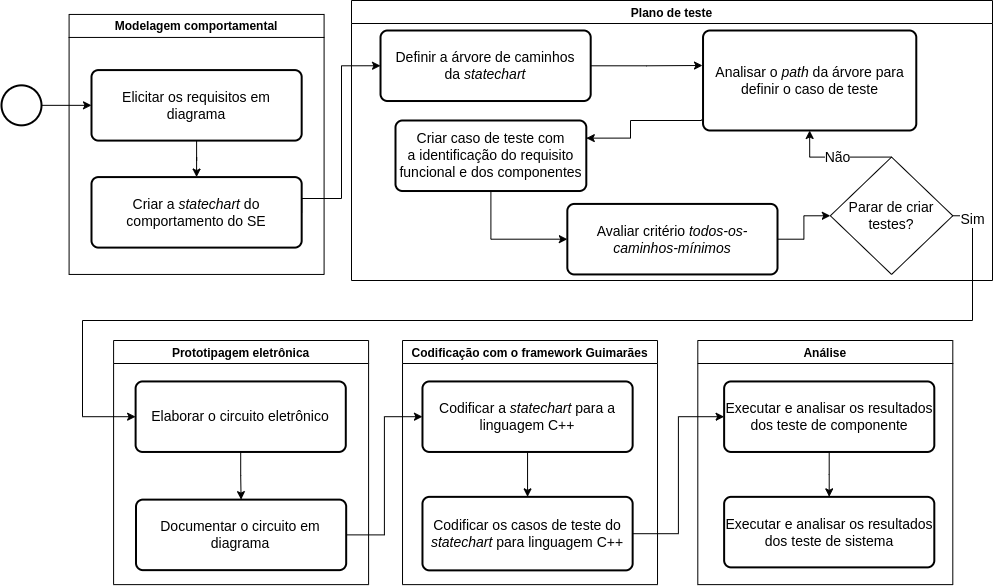
guimaraaes/cutes keeps this draw.io diagram as assets/metodologia-guimaraes.png. Above is the earlier version. Source tidied: cells renumbered, new cells last; positions are measured from the earlier drawing's top-left corner, leaving out a move shared by most shapes.
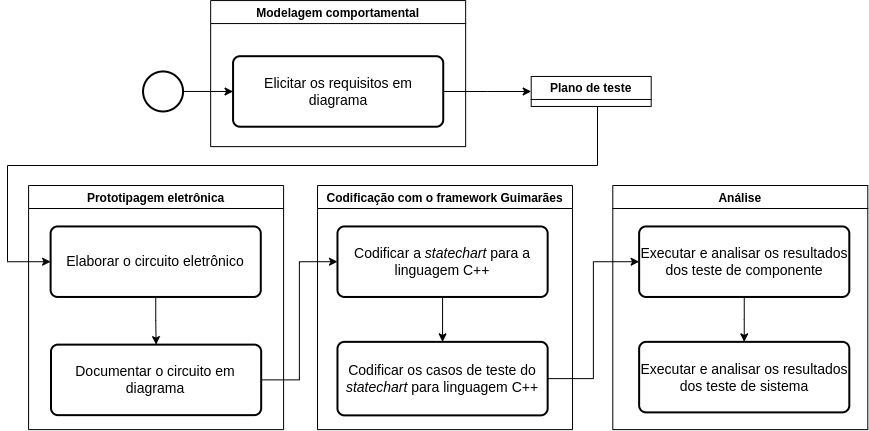
The same file after the commit.

Change to the diagram source:
```diff
@@ -2,133 +2,74 @@
   <root>
     <mxCell id="0" />
     <mxCell id="1" parent="0" />
-    <mxCell id="2" style="edgeStyle=orthogonalEdgeStyle;rounded=0;jettySize=auto;html=1;entryX=0;entryY=0.5;entryDx=0;entryDy=0;" parent="1" edge="1" source="3" target="9">
+    <mxCell id="2" style="edgeStyle=orthogonalEdgeStyle;rounded=0;jettySize=auto;html=1;entryX=0;entryY=0.5;entryDx=0;entryDy=0;" parent="1" edge="1" source="3" target="8">
       <mxGeometry relative="1" as="geometry" />
     </mxCell>
     <mxCell id="3" style="strokeWidth=2;html=1;shape=mxgraph.flowchart.start_2;whiteSpace=wrap;fontSize=14;" parent="1" vertex="1">
-      <mxGeometry y="84.8" width="40" height="40" as="geometry" />
+      <mxGeometry x="226.6" y="226" width="40" height="40" as="geometry" />
     </mxCell>
-    <mxCell id="4" style="edgeStyle=orthogonalEdgeStyle;rounded=0;jettySize=auto;html=1;entryX=0;entryY=0.5;entryDx=0;entryDy=0;" parent="1" edge="1" source="5" target="14">
+    <mxCell id="4" style="edgeStyle=orthogonalEdgeStyle;rounded=0;jettySize=auto;html=1;entryX=0;entryY=0.5;entryDx=0;entryDy=0;" parent="1" edge="1" source="5" target="12">
       <mxGeometry relative="1" as="geometry" />
     </mxCell>
     <mxCell id="5" value="Codificar&amp;nbsp;os casos de teste do &lt;i&gt;statechart&lt;/i&gt; para linguagem C++" style="rounded=1;whiteSpace=wrap;html=1;absoluteArcSize=1;arcSize=14;strokeWidth=2;fontSize=14;" parent="1" vertex="1">
       <mxGeometry x="421" y="496.4" width="210.2" height="73.5" as="geometry" />
     </mxCell>
-    <mxCell id="6" style="edgeStyle=orthogonalEdgeStyle;rounded=0;jettySize=auto;html=1;" parent="1" edge="1" source="12" target="5">
+    <mxCell id="6" style="edgeStyle=orthogonalEdgeStyle;rounded=0;jettySize=auto;html=1;" parent="1" edge="1" source="10" target="5">
       <mxGeometry relative="1" as="geometry" />
     </mxCell>
     <mxCell id="7" value="Modelagem comportamental" style="swimlane;fontColor=none;" parent="1" vertex="1">
-      <mxGeometry x="67.6" y="13.9" width="255" height="260" as="geometry" />
+      <mxGeometry x="294.2" y="155.1" width="255" height="146.1" as="geometry" />
     </mxCell>
-    <mxCell id="8" style="edgeStyle=orthogonalEdgeStyle;rounded=0;jettySize=auto;html=1;entryX=0.5;entryY=0;entryDx=0;entryDy=0;" parent="7" edge="1" source="9" target="10">
-      <mxGeometry relative="1" as="geometry" />
+    <mxCell id="8" value="&lt;font style=&quot;font-size: 14px;&quot;&gt;Elicitar os requisitos em diagrama&lt;/font&gt;" style="rounded=1;whiteSpace=wrap;html=1;absoluteArcSize=1;arcSize=14;strokeWidth=2;fontSize=14;" parent="7" vertex="1">
+      <mxGeometry x="22.4" y="55.6" width="210.2" height="70.5" as="geometry" />
     </mxCell>
-    <mxCell id="9" value="&lt;font style=&quot;font-size: 14px;&quot;&gt;Elicitar os requisitos em diagrama&lt;/font&gt;" style="rounded=1;whiteSpace=wrap;html=1;absoluteArcSize=1;arcSize=14;strokeWidth=2;fontSize=14;" parent="7" vertex="1">
-      <mxGeometry x="22.4" y="55.6" width="210.2" height="70.5" as="geometry" />
+    <mxCell id="9" value="Codificação com o framework Guimarães" style="swimlane;fontColor=none;startSize=23;" parent="1" vertex="1">
+      <mxGeometry x="401" y="340" width="255" height="244.1" as="geometry" />
     </mxCell>
-    <mxCell id="10" value="Criar a&amp;nbsp;&lt;i&gt;statechart&lt;/i&gt; do comportamento do SE" style="rounded=1;whiteSpace=wrap;html=1;absoluteArcSize=1;arcSize=14;strokeWidth=2;fontSize=14;" parent="7" vertex="1">
-      <mxGeometry x="22.4" y="162.6" width="210.2" height="70.5" as="geometry" />
+    <mxCell id="10" value="Codificar a&amp;nbsp;&lt;i&gt;statechart&lt;/i&gt; para a linguagem C++" style="rounded=1;whiteSpace=wrap;html=1;absoluteArcSize=1;arcSize=14;strokeWidth=2;fontSize=14;" parent="9" vertex="1">
+      <mxGeometry x="19.9" y="40.9" width="210.2" height="70.5" as="geometry" />
     </mxCell>
-    <mxCell id="11" value="Codificação com o framework Guimarães" style="swimlane;fontColor=none;startSize=23;" parent="1" vertex="1">
-      <mxGeometry x="401" y="340" width="255" height="244.1" as="geometry" />
+    <mxCell id="11" value="Análise" style="swimlane;fontColor=none;startSize=23;" parent="1" vertex="1">
+      <mxGeometry x="696.3" y="340" width="255" height="244.1" as="geometry" />
     </mxCell>
-    <mxCell id="12" value="Codificar a&amp;nbsp;&lt;i&gt;statechart&lt;/i&gt; para a linguagem C++" style="rounded=1;whiteSpace=wrap;html=1;absoluteArcSize=1;arcSize=14;strokeWidth=2;fontSize=14;" parent="11" vertex="1">
-      <mxGeometry x="19.9" y="40.9" width="210.2" height="70.5" as="geometry" />
+    <mxCell id="12" value="Executar e analisar os resultados dos teste de componente" style="rounded=1;whiteSpace=wrap;html=1;absoluteArcSize=1;arcSize=14;strokeWidth=2;fontSize=14;" parent="11" vertex="1">
+      <mxGeometry x="26.3" y="40.9" width="210.2" height="70.5" as="geometry" />
     </mxCell>
-    <mxCell id="13" value="Análise" style="swimlane;fontColor=none;startSize=23;" parent="1" vertex="1">
-      <mxGeometry x="696.3" y="340" width="255" height="244.1" as="geometry" />
+    <mxCell id="13" value="Executar e analisar os resultados dos teste de sistema" style="rounded=1;whiteSpace=wrap;html=1;absoluteArcSize=1;arcSize=14;strokeWidth=2;fontSize=14;" parent="11" vertex="1">
+      <mxGeometry x="26.3" y="156.4" width="210.2" height="70.5" as="geometry" />
     </mxCell>
-    <mxCell id="14" value="Executar e analisar os resultados dos teste de componente" style="rounded=1;whiteSpace=wrap;html=1;absoluteArcSize=1;arcSize=14;strokeWidth=2;fontSize=14;" parent="13" vertex="1">
-      <mxGeometry x="26.3" y="40.9" width="210.2" height="70.5" as="geometry" />
+    <mxCell id="14" style="edgeStyle=orthogonalEdgeStyle;rounded=0;jettySize=auto;html=1;entryX=0.5;entryY=0;entryDx=0;entryDy=0;" parent="11" edge="1" source="12" target="13">
+      <mxGeometry relative="1" as="geometry" />
     </mxCell>
-    <mxCell id="15" value="Executar e analisar os resultados dos teste de sistema" style="rounded=1;whiteSpace=wrap;html=1;absoluteArcSize=1;arcSize=14;strokeWidth=2;fontSize=14;" parent="13" vertex="1">
-      <mxGeometry x="26.3" y="156.4" width="210.2" height="70.5" as="geometry" />
+    <mxCell id="15" value="Prototipagem eletrônica" style="swimlane;fontColor=none;startSize=23;" parent="1" vertex="1">
+      <mxGeometry x="112.1" y="340" width="255" height="244.1" as="geometry" />
     </mxCell>
-    <mxCell id="16" style="edgeStyle=orthogonalEdgeStyle;rounded=0;jettySize=auto;html=1;entryX=0.5;entryY=0;entryDx=0;entryDy=0;" parent="13" edge="1" source="14" target="15">
+    <mxCell id="16" style="edgeStyle=orthogonalEdgeStyle;rounded=0;jettySize=auto;html=1;" parent="15" edge="1" source="17" target="18">
       <mxGeometry relative="1" as="geometry" />
     </mxCell>
-    <mxCell id="17" value="Prototipagem eletrônica" style="swimlane;fontColor=none;startSize=23;" parent="1" vertex="1">
-      <mxGeometry x="112.1" y="340" width="255" height="244.1" as="geometry" />
+    <mxCell id="17" value="Elaborar o circuito eletrônico" style="rounded=1;whiteSpace=wrap;html=1;absoluteArcSize=1;arcSize=14;strokeWidth=2;fontSize=14;" parent="15" vertex="1">
+      <mxGeometry x="22" y="40.9" width="210.2" height="70.5" as="geometry" />
     </mxCell>
-    <mxCell id="18" style="edgeStyle=orthogonalEdgeStyle;rounded=0;jettySize=auto;html=1;" parent="17" edge="1" source="19" target="20">
-      <mxGeometry relative="1" as="geometry" />
+    <mxCell id="18" value="Documentar o circuito em diagrama" style="rounded=1;whiteSpace=wrap;html=1;absoluteArcSize=1;arcSize=14;strokeWidth=2;fontSize=14;" parent="15" vertex="1">
+      <mxGeometry x="22.4" y="159.1" width="210.2" height="70.5" as="geometry" />
     </mxCell>
-    <mxCell id="19" value="Elaborar o circuito eletrônico" style="rounded=1;whiteSpace=wrap;html=1;absoluteArcSize=1;arcSize=14;strokeWidth=2;fontSize=14;" parent="17" vertex="1">
-      <mxGeometry x="22" y="40.9" width="210.2" height="70.5" as="geometry" />
+    <mxCell id="19" style="edgeStyle=orthogonalEdgeStyle;rounded=0;jettySize=auto;html=1;entryX=0;entryY=0.5;entryDx=0;entryDy=0;exitX=1;exitY=0.5;exitDx=0;exitDy=0;" parent="1" edge="1" source="18" target="10">
+      <mxGeometry relative="1" as="geometry" />
     </mxCell>
-    <mxCell id="20" value="Documentar o circuito em diagrama" style="rounded=1;whiteSpace=wrap;html=1;absoluteArcSize=1;arcSize=14;strokeWidth=2;fontSize=14;" parent="17" vertex="1">
-      <mxGeometry x="22.4" y="159.1" width="210.2" height="70.5" as="geometry" />
+    <mxCell id="20" style="edgeStyle=orthogonalEdgeStyle;rounded=0;jettySize=auto;html=1;entryX=0;entryY=0.5;entryDx=0;entryDy=0;" parent="1" edge="1" source="21" target="17">
+      <mxGeometry relative="1" as="geometry">
+        <Array as="points">
+          <mxPoint x="681" y="320" />
+          <mxPoint x="91" y="320" />
+          <mxPoint x="91" y="416" />
+        </Array>
+      </mxGeometry>
     </mxCell>
-    <mxCell id="21" style="edgeStyle=orthogonalEdgeStyle;rounded=0;jettySize=auto;html=1;entryX=0;entryY=0.5;entryDx=0;entryDy=0;exitX=1;exitY=0.5;exitDx=0;exitDy=0;" parent="1" edge="1" source="20" target="12">
-      <mxGeometry relative="1" as="geometry" />
+    <mxCell id="21" value="Plano de teste" style="swimlane;fontColor=none;" parent="1" vertex="1" collapsed="1">
+      <mxGeometry x="614.7" y="231" width="120" height="30" as="geometry" />
     </mxCell>
-    <mxCell id="22" value="Plano de teste" style="swimlane;fontColor=none;" parent="1" vertex="1">
-      <mxGeometry x="350" width="641" height="280" as="geometry" />
-    </mxCell>
-    <mxCell id="23" style="edgeStyle=orthogonalEdgeStyle;rounded=0;orthogonalLoop=1;jettySize=auto;html=1;entryX=0.5;entryY=0;entryDx=0;entryDy=0;" parent="22" edge="1">
-      <mxGeometry relative="1" as="geometry">
-        <mxPoint x="127.5" y="140" as="targetPoint" />
-      </mxGeometry>
-    </mxCell>
-    <mxCell id="24" value="Avaliar critério &lt;i&gt;todos-os-caminhos-mínimos&lt;/i&gt;" style="rounded=1;whiteSpace=wrap;html=1;absoluteArcSize=1;arcSize=14;strokeWidth=2;fontSize=14;" parent="22" vertex="1">
-      <mxGeometry x="215.8" y="203.4" width="210.2" height="70.5" as="geometry" />
-    </mxCell>
-    <mxCell id="25" value="Definir a árvore de caminhos da&amp;nbsp;&lt;i&gt;statechart&lt;/i&gt;" style="rounded=1;whiteSpace=wrap;html=1;absoluteArcSize=1;arcSize=14;strokeWidth=2;fontSize=14;" parent="22" vertex="1">
-      <mxGeometry x="29" y="30" width="210.2" height="70.5" as="geometry" />
-    </mxCell>
-    <mxCell id="26" value="&lt;font style=&quot;font-size: 14px;&quot;&gt;Parar de criar testes?&lt;/font&gt;" style="rhombus;whiteSpace=wrap;html=1;" parent="22" vertex="1">
-      <mxGeometry x="478.8" y="156.6" width="122.5" height="117.4" as="geometry" />
-    </mxCell>
-    <mxCell id="27" style="edgeStyle=orthogonalEdgeStyle;rounded=0;jettySize=auto;html=1;entryX=0;entryY=0.5;entryDx=0;entryDy=0;" parent="22" edge="1" source="24" target="26">
-      <mxGeometry relative="1" as="geometry" />
-    </mxCell>
-    <mxCell id="28" value="Analisar o &lt;i&gt;path&lt;/i&gt; da árvore&lt;i&gt;&amp;nbsp;&lt;/i&gt;para definir o caso de teste" style="rounded=1;whiteSpace=wrap;html=1;absoluteArcSize=1;arcSize=14;strokeWidth=2;fontSize=14;" parent="22" vertex="1">
-      <mxGeometry x="351.5" y="30" width="213.2" height="100" as="geometry" />
-    </mxCell>
-    <mxCell id="29" style="edgeStyle=orthogonalEdgeStyle;rounded=0;jettySize=auto;html=1;" parent="22" edge="1" source="25">
-      <mxGeometry relative="1" as="geometry">
-        <mxPoint x="351" y="65" as="targetPoint" />
-      </mxGeometry>
-    </mxCell>
-    <mxCell id="30" value="&lt;font style=&quot;font-size: 14px;&quot;&gt;Não&lt;/font&gt;" style="edgeStyle=orthogonalEdgeStyle;rounded=0;jettySize=auto;html=1;exitX=0.5;exitY=0;exitDx=0;exitDy=0;entryX=0.5;entryY=1;entryDx=0;entryDy=0;" parent="22" edge="1" source="26" target="28">
-      <mxGeometry relative="1" as="geometry">
-        <Array as="points">
-          <mxPoint x="457.8" y="157" />
-        </Array>
-      </mxGeometry>
-    </mxCell>
-    <mxCell id="31" style="edgeStyle=orthogonalEdgeStyle;rounded=0;jettySize=auto;html=1;exitX=0.5;exitY=1;exitDx=0;exitDy=0;entryX=0;entryY=0.5;entryDx=0;entryDy=0;" parent="22" edge="1" source="32" target="24">
-      <mxGeometry relative="1" as="geometry" />
-    </mxCell>
-    <mxCell id="32" value="Criar caso de teste com a&amp;nbsp;identificação do requisito funcional e dos componentes" style="rounded=1;whiteSpace=wrap;html=1;absoluteArcSize=1;arcSize=14;strokeWidth=2;fontSize=14;" parent="22" vertex="1">
-      <mxGeometry x="44" y="120" width="190.8" height="70.5" as="geometry" />
-    </mxCell>
-    <mxCell id="33" style="edgeStyle=orthogonalEdgeStyle;rounded=0;jettySize=auto;html=1;entryX=1;entryY=0.25;entryDx=0;entryDy=0;exitX=-0.007;exitY=0.89;exitDx=0;exitDy=0;exitPerimeter=0;" parent="22" edge="1" source="28" target="32">
-      <mxGeometry relative="1" as="geometry">
-        <Array as="points">
-          <mxPoint x="350" y="120" />
-          <mxPoint x="279" y="120" />
-          <mxPoint x="279" y="138" />
-        </Array>
-      </mxGeometry>
+    <mxCell id="33" style="edgeStyle=orthogonalEdgeStyle;rounded=0;jettySize=auto;html=1;entryX=0;entryY=0.5;entryDx=0;entryDy=0;" parent="1" edge="1" source="8" target="21">
+      <mxGeometry relative="1" as="geometry" />
     </mxCell>
-    <mxCell id="34" style="edgeStyle=orthogonalEdgeStyle;rounded=0;jettySize=auto;html=1;entryX=0;entryY=0.5;entryDx=0;entryDy=0;exitX=1;exitY=0.5;exitDx=0;exitDy=0;" parent="1" edge="1" source="10" target="25">
-      <mxGeometry relative="1" as="geometry">
-        <Array as="points">
-          <mxPoint x="340" y="198" />
-          <mxPoint x="340" y="65" />
-        </Array>
-      </mxGeometry>
-    </mxCell>
-    <mxCell id="35" value="&lt;font style=&quot;font-size: 14px;&quot;&gt;Sim&lt;/font&gt;" style="edgeStyle=orthogonalEdgeStyle;rounded=0;jettySize=auto;html=1;exitX=1;exitY=0.5;exitDx=0;exitDy=0;entryX=0;entryY=0.5;entryDx=0;entryDy=0;" parent="1" edge="1" source="26" target="19">
-      <mxGeometry x="-0.96" relative="1" as="geometry">
-        <Array as="points">
-          <mxPoint x="971" y="215" />
-          <mxPoint x="971" y="320" />
-          <mxPoint x="81" y="320" />
-          <mxPoint x="81" y="416" />
-        </Array>
-      </mxGeometry>
-    </mxCell>
   </root>
 </mxGraphModel>
```
